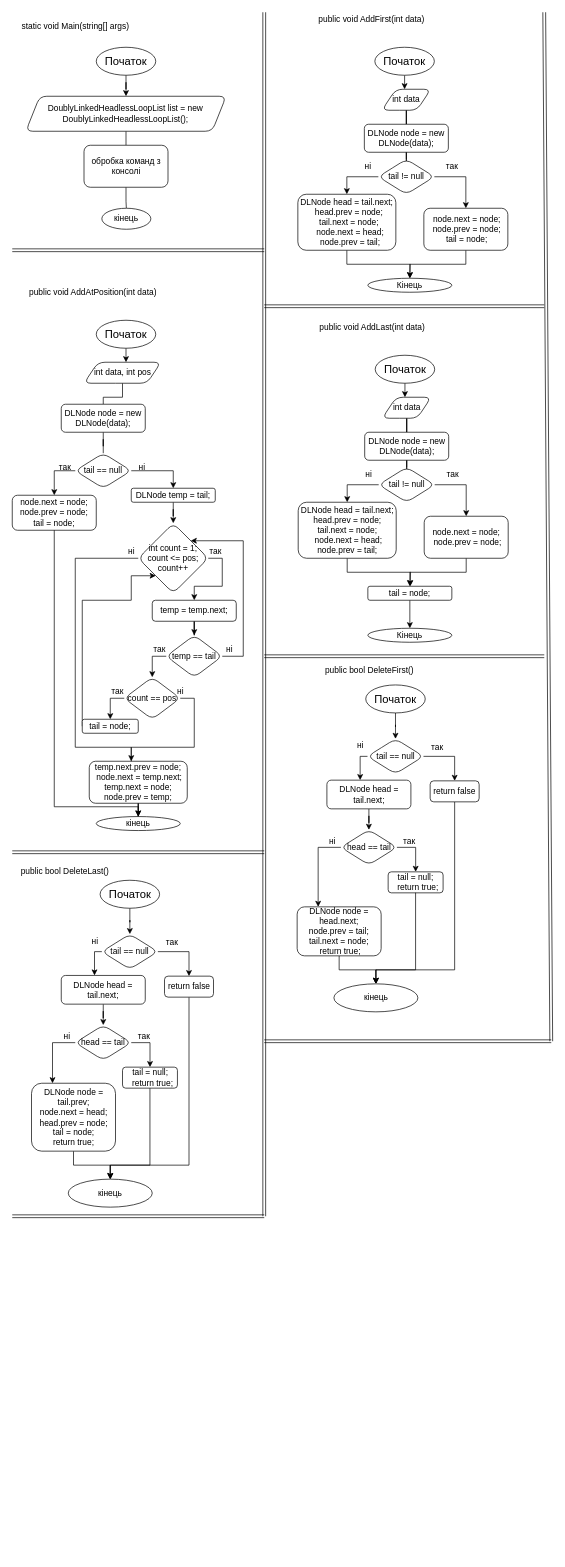
This is laba_4/Untitled Diagram.drawio from IKatiaI/ads-nahorna-kp13, a draw.io file, before an edit. Source tidied: cells renumbered, new cells numbered last; positions are measured from the earlier drawing's top-left corner, leaving out a move shared by most shapes. Both pictures are drawn from the tidied source at 70%, with x=0, y=0 at pixel (12, 12).
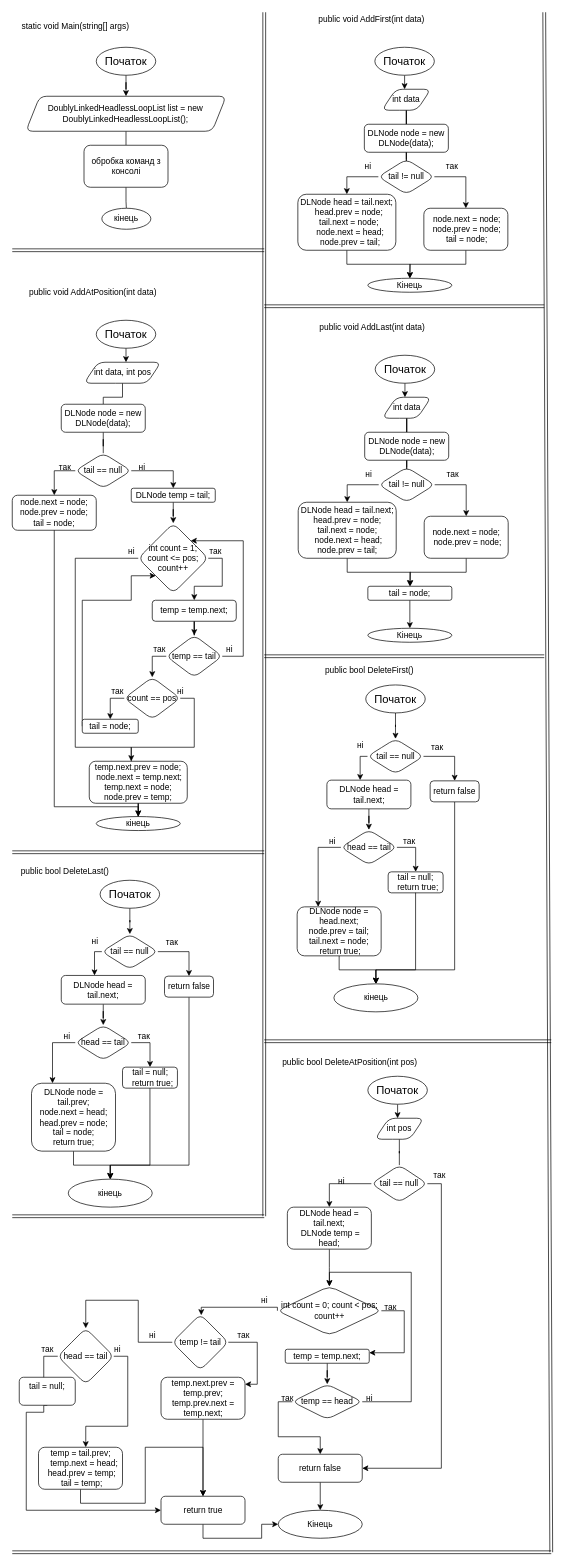
The same diagram, later.

What changed in the source:
```diff
@@
     <mxCell id="94" style="shape=link;html=1;rounded=0;endArrow=classic;endFill=1;" parent="1" edge="1">
       <mxGeometry relative="1" as="geometry">
         <mxPoint x="760" as="sourcePoint" />
-        <mxPoint x="770" y="1470" as="targetPoint" />
+        <mxPoint x="770" y="2200" as="targetPoint" />
       </mxGeometry>
     </mxCell>
@@
+    <mxCell id="138" value="public bool DeleteAtPosition(int pos)" style="text;html=1;align=center;verticalAlign=middle;strokeColor=none;fillColor=none;" parent="1" vertex="1">
+      <mxGeometry x="377" y="1490" width="210" height="20" as="geometry" />
+    </mxCell>
+    <mxCell id="139" style="edgeStyle=orthogonalEdgeStyle;rounded=0;jettySize=auto;html=1;exitX=0.5;exitY=1;exitDx=0;exitDy=0;fontSize=16;endArrow=classic;endFill=1;" parent="1" edge="1" source="140" target="142">
+      <mxGeometry relative="1" as="geometry">
+        <Array as="points">
+          <mxPoint x="551" y="1590" />
+          <mxPoint x="551" y="1590" />
+        </Array>
+      </mxGeometry>
+    </mxCell>
+    <mxCell id="140" value="Початок" style="ellipse;whiteSpace=wrap;html=1;fontSize=16;strokeWidth=1;rounded=1;" parent="1" vertex="1">
+      <mxGeometry x="508" y="1520" width="85" height="40" as="geometry" />
+    </mxCell>
+    <mxCell id="141" style="edgeStyle=orthogonalEdgeStyle;rounded=0;jettySize=auto;html=1;exitX=0.5;exitY=1;exitDx=0;exitDy=0;endArrow=none;endFill=0;" parent="1" edge="1" source="142" target="145">
+      <mxGeometry relative="1" as="geometry" />
+    </mxCell>
+    <mxCell id="142" value="int pos" style="shape=parallelogram;perimeter=parallelogramPerimeter;whiteSpace=wrap;html=1;fixedSize=1;rounded=1;" parent="1" vertex="1">
+      <mxGeometry x="518" y="1580" width="70" height="30" as="geometry" />
+    </mxCell>
+    <mxCell id="143" style="edgeStyle=orthogonalEdgeStyle;rounded=0;jettySize=auto;html=1;exitX=0;exitY=0.5;exitDx=0;exitDy=0;endArrow=classic;endFill=1;" parent="1" edge="1" source="145" target="149">
+      <mxGeometry relative="1" as="geometry" />
+    </mxCell>
+    <mxCell id="144" style="edgeStyle=orthogonalEdgeStyle;rounded=0;jettySize=auto;html=1;exitX=1;exitY=0.5;exitDx=0;exitDy=0;endArrow=classic;endFill=1;entryX=1;entryY=0.5;entryDx=0;entryDy=0;" parent="1" edge="1" source="145" target="181">
+      <mxGeometry relative="1" as="geometry" />
+    </mxCell>
+    <mxCell id="145" value="tail == null" style="rhombus;whiteSpace=wrap;html=1;rounded=1;" parent="1" vertex="1">
+      <mxGeometry x="513" y="1647" width="80" height="53" as="geometry" />
+    </mxCell>
+    <mxCell id="146" value="ні" style="text;html=1;align=center;verticalAlign=middle;strokeColor=none;fillColor=none;" parent="1" vertex="1">
+      <mxGeometry x="455" y="1660" width="30" height="20" as="geometry" />
+    </mxCell>
+    <mxCell id="147" value="так" style="text;html=1;align=center;verticalAlign=middle;strokeColor=none;fillColor=none;" parent="1" vertex="1">
+      <mxGeometry x="595" y="1652" width="30" height="20" as="geometry" />
+    </mxCell>
+    <mxCell id="148" style="edgeStyle=orthogonalEdgeStyle;rounded=0;jettySize=auto;html=1;exitX=0.5;exitY=1;exitDx=0;exitDy=0;endArrow=classic;endFill=1;" parent="1" edge="1" source="149" target="152">
+      <mxGeometry relative="1" as="geometry" />
+    </mxCell>
+    <mxCell id="149" value="&lt;div&gt;DLNode head = tail.next;&lt;/div&gt;&lt;div&gt;&amp;nbsp;DLNode temp = head;&lt;/div&gt;" style="rounded=1;whiteSpace=wrap;html=1;" parent="1" vertex="1">
+      <mxGeometry x="393" y="1707" width="120" height="60" as="geometry" />
+    </mxCell>
+    <mxCell id="150" style="edgeStyle=orthogonalEdgeStyle;rounded=0;jettySize=auto;html=1;exitX=0;exitY=0.5;exitDx=0;exitDy=0;endArrow=classic;endFill=1;" parent="1" edge="1" source="152" target="164">
+      <mxGeometry relative="1" as="geometry">
+        <Array as="points">
+          <mxPoint x="379" y="1850" />
+          <mxPoint x="270" y="1850" />
+        </Array>
+      </mxGeometry>
+    </mxCell>
+    <mxCell id="151" style="edgeStyle=orthogonalEdgeStyle;rounded=0;jettySize=auto;html=1;exitX=1;exitY=0.5;exitDx=0;exitDy=0;endArrow=classic;endFill=1;" parent="1" edge="1" source="152" target="156">
+      <mxGeometry relative="1" as="geometry">
+        <Array as="points">
+          <mxPoint x="560" y="1855" />
+          <mxPoint x="560" y="1915" />
+          <mxPoint x="450" y="1915" />
+        </Array>
+      </mxGeometry>
+    </mxCell>
+    <mxCell id="152" value="int count = 0; count &amp;lt; pos; count++" style="rhombus;whiteSpace=wrap;html=1;rounded=1;" parent="1" vertex="1">
+      <mxGeometry x="378.8" y="1820" width="148.5" height="70" as="geometry" />
+    </mxCell>
+    <mxCell id="153" value="так" style="text;html=1;align=center;verticalAlign=middle;strokeColor=none;fillColor=none;" parent="1" vertex="1">
+      <mxGeometry x="525" y="1840" width="30" height="20" as="geometry" />
+    </mxCell>
+    <mxCell id="154" value="ні" style="text;html=1;align=center;verticalAlign=middle;strokeColor=none;fillColor=none;" parent="1" vertex="1">
+      <mxGeometry x="345" y="1830" width="30" height="20" as="geometry" />
+    </mxCell>
+    <mxCell id="155" style="edgeStyle=orthogonalEdgeStyle;rounded=0;jettySize=auto;html=1;exitX=0.5;exitY=1;exitDx=0;exitDy=0;endArrow=classic;endFill=1;" parent="1" edge="1" source="156" target="159">
+      <mxGeometry relative="1" as="geometry" />
+    </mxCell>
+    <mxCell id="156" value="temp = temp.next;" style="rounded=1;whiteSpace=wrap;html=1;" parent="1" vertex="1">
+      <mxGeometry x="390" y="1910" width="120" height="20" as="geometry" />
+    </mxCell>
+    <mxCell id="157" style="edgeStyle=orthogonalEdgeStyle;rounded=0;jettySize=auto;html=1;exitX=0;exitY=0.5;exitDx=0;exitDy=0;endArrow=classic;endFill=1;" parent="1" edge="1" source="159" target="181">
+      <mxGeometry relative="1" as="geometry" />
+    </mxCell>
+    <mxCell id="158" style="edgeStyle=orthogonalEdgeStyle;rounded=0;jettySize=auto;html=1;exitX=1;exitY=0.5;exitDx=0;exitDy=0;endArrow=classic;endFill=1;entryX=0.5;entryY=0;entryDx=0;entryDy=0;" parent="1" edge="1" source="159" target="152">
+      <mxGeometry relative="1" as="geometry">
+        <Array as="points">
+          <mxPoint x="570" y="1985" />
+          <mxPoint x="570" y="1800" />
+          <mxPoint x="453" y="1800" />
+        </Array>
+      </mxGeometry>
+    </mxCell>
+    <mxCell id="159" value="temp == head" style="rhombus;whiteSpace=wrap;html=1;rounded=1;" parent="1" vertex="1">
+      <mxGeometry x="400" y="1960" width="100" height="50" as="geometry" />
+    </mxCell>
+    <mxCell id="160" value="так" style="text;html=1;align=center;verticalAlign=middle;strokeColor=none;fillColor=none;" parent="1" vertex="1">
+      <mxGeometry x="378" y="1970" width="30" height="20" as="geometry" />
+    </mxCell>
+    <mxCell id="161" value="ні" style="text;html=1;align=center;verticalAlign=middle;strokeColor=none;fillColor=none;" parent="1" vertex="1">
+      <mxGeometry x="495" y="1970" width="30" height="20" as="geometry" />
+    </mxCell>
+    <mxCell id="162" style="edgeStyle=orthogonalEdgeStyle;rounded=0;jettySize=auto;html=1;exitX=1;exitY=0.5;exitDx=0;exitDy=0;endArrow=classic;endFill=1;" parent="1" edge="1" source="164" target="168">
+      <mxGeometry relative="1" as="geometry">
+        <Array as="points">
+          <mxPoint x="350" y="1900" />
+          <mxPoint x="350" y="1960" />
+          <mxPoint x="300" y="1960" />
+        </Array>
+      </mxGeometry>
+    </mxCell>
+    <mxCell id="163" style="edgeStyle=orthogonalEdgeStyle;rounded=0;jettySize=auto;html=1;exitX=0;exitY=0.5;exitDx=0;exitDy=0;endArrow=classic;endFill=1;entryX=0.5;entryY=0;entryDx=0;entryDy=0;" parent="1" edge="1" source="164" target="171">
+      <mxGeometry relative="1" as="geometry">
+        <Array as="points">
+          <mxPoint x="180" y="1900" />
+          <mxPoint x="180" y="1840" />
+          <mxPoint x="105" y="1840" />
+        </Array>
+      </mxGeometry>
+    </mxCell>
+    <mxCell id="164" value="temp != tail" style="rhombus;whiteSpace=wrap;html=1;rounded=1;" parent="1" vertex="1">
+      <mxGeometry x="228.6" y="1860" width="80" height="80" as="geometry" />
+    </mxCell>
+    <mxCell id="165" value="так" style="text;html=1;align=center;verticalAlign=middle;strokeColor=none;fillColor=none;" parent="1" vertex="1">
+      <mxGeometry x="315" y="1880" width="30" height="20" as="geometry" />
+    </mxCell>
+    <mxCell id="166" value="ні" style="text;html=1;align=center;verticalAlign=middle;strokeColor=none;fillColor=none;" parent="1" vertex="1">
+      <mxGeometry x="185" y="1880" width="30" height="20" as="geometry" />
+    </mxCell>
+    <mxCell id="167" style="edgeStyle=orthogonalEdgeStyle;rounded=0;jettySize=auto;html=1;exitX=0.5;exitY=1;exitDx=0;exitDy=0;endArrow=classic;endFill=1;" parent="1" edge="1" source="168" target="179">
+      <mxGeometry relative="1" as="geometry" />
+    </mxCell>
+    <mxCell id="168" value="&lt;div&gt;temp.next.prev = temp.prev;&lt;/div&gt;&lt;div&gt;temp.prev.next = temp.next;&lt;/div&gt;" style="rounded=1;whiteSpace=wrap;html=1;" parent="1" vertex="1">
+      <mxGeometry x="212.5" y="1950" width="120" height="60" as="geometry" />
+    </mxCell>
+    <mxCell id="169" style="edgeStyle=orthogonalEdgeStyle;rounded=0;jettySize=auto;html=1;exitX=1;exitY=0.5;exitDx=0;exitDy=0;endArrow=classic;endFill=1;" parent="1" edge="1" source="171">
+      <mxGeometry relative="1" as="geometry">
+        <mxPoint x="105" y="2050" as="targetPoint" />
+        <Array as="points">
+          <mxPoint x="165" y="1920" />
+          <mxPoint x="165" y="2020" />
+          <mxPoint x="105" y="2020" />
+        </Array>
+      </mxGeometry>
+    </mxCell>
+    <mxCell id="170" style="edgeStyle=orthogonalEdgeStyle;rounded=0;jettySize=auto;html=1;exitX=0;exitY=0.5;exitDx=0;exitDy=0;endArrow=classic;endFill=1;" parent="1" edge="1" source="171" target="175">
+      <mxGeometry relative="1" as="geometry" />
+    </mxCell>
+    <mxCell id="171" value="head == tail" style="rhombus;whiteSpace=wrap;html=1;rounded=1;" parent="1" vertex="1">
+      <mxGeometry x="65" y="1880" width="80" height="80" as="geometry" />
+    </mxCell>
+    <mxCell id="172" value="ні" style="text;html=1;align=center;verticalAlign=middle;strokeColor=none;fillColor=none;" parent="1" vertex="1">
+      <mxGeometry x="135" y="1900" width="30" height="20" as="geometry" />
+    </mxCell>
+    <mxCell id="173" value="так" style="text;html=1;align=center;verticalAlign=middle;strokeColor=none;fillColor=none;" parent="1" vertex="1">
+      <mxGeometry x="35" y="1900" width="30" height="20" as="geometry" />
+    </mxCell>
+    <mxCell id="174" style="edgeStyle=orthogonalEdgeStyle;rounded=0;jettySize=auto;html=1;exitX=0.5;exitY=1;exitDx=0;exitDy=0;endArrow=classic;endFill=1;" parent="1" edge="1" source="175" target="179">
+      <mxGeometry relative="1" as="geometry">
+        <Array as="points">
+          <mxPoint x="45" y="1990" />
+          <mxPoint x="45" y="2000" />
+          <mxPoint x="20" y="2000" />
+          <mxPoint x="20" y="2140" />
+        </Array>
+      </mxGeometry>
+    </mxCell>
+    <mxCell id="175" value="&lt;div&gt;tail = null;&lt;/div&gt;&lt;div&gt;&lt;br&gt;&lt;/div&gt;" style="rounded=1;whiteSpace=wrap;html=1;" parent="1" vertex="1">
+      <mxGeometry x="10" y="1950" width="80" height="40" as="geometry" />
+    </mxCell>
+    <mxCell id="176" style="edgeStyle=orthogonalEdgeStyle;rounded=0;jettySize=auto;html=1;exitX=0.5;exitY=1;exitDx=0;exitDy=0;endArrow=classic;endFill=1;entryX=0.5;entryY=0;entryDx=0;entryDy=0;" parent="1" edge="1" source="177" target="179">
+      <mxGeometry relative="1" as="geometry">
+        <Array as="points">
+          <mxPoint x="98" y="2130" />
+          <mxPoint x="190" y="2130" />
+          <mxPoint x="190" y="2050" />
+          <mxPoint x="273" y="2050" />
+        </Array>
+      </mxGeometry>
+    </mxCell>
+    <mxCell id="177" value="&lt;div&gt;temp = tail.prev;&lt;/div&gt;&lt;div&gt;&amp;nbsp; &amp;nbsp;temp.next = head;&lt;/div&gt;&lt;div&gt;&amp;nbsp;head.prev = temp;&lt;/div&gt;&lt;div&gt;&amp;nbsp;tail = temp;&lt;/div&gt;" style="rounded=1;whiteSpace=wrap;html=1;" parent="1" vertex="1">
+      <mxGeometry x="37.5" y="2050" width="120" height="60" as="geometry" />
+    </mxCell>
+    <mxCell id="178" style="edgeStyle=orthogonalEdgeStyle;rounded=0;jettySize=auto;html=1;exitX=0.5;exitY=1;exitDx=0;exitDy=0;endArrow=classic;endFill=1;" parent="1" edge="1" source="179" target="182">
+      <mxGeometry relative="1" as="geometry" />
+    </mxCell>
+    <mxCell id="179" value="return true" style="rounded=1;whiteSpace=wrap;html=1;" parent="1" vertex="1">
+      <mxGeometry x="212.5" y="2120" width="120" height="40" as="geometry" />
+    </mxCell>
+    <mxCell id="180" style="edgeStyle=orthogonalEdgeStyle;rounded=0;jettySize=auto;html=1;exitX=0.5;exitY=1;exitDx=0;exitDy=0;endArrow=classic;endFill=1;" parent="1" edge="1" source="181" target="182">
+      <mxGeometry relative="1" as="geometry" />
+    </mxCell>
+    <mxCell id="181" value="return false" style="rounded=1;whiteSpace=wrap;html=1;" parent="1" vertex="1">
+      <mxGeometry x="380" y="2060" width="120" height="40" as="geometry" />
+    </mxCell>
+    <mxCell id="182" value="Кінець" style="ellipse;whiteSpace=wrap;html=1;rounded=1;" parent="1" vertex="1">
+      <mxGeometry x="380" y="2140" width="120" height="40" as="geometry" />
+    </mxCell>
+    <mxCell id="183" style="shape=link;html=1;rounded=0;endArrow=classic;endFill=1;" parent="1" edge="1">
+      <mxGeometry relative="1" as="geometry">
+        <mxPoint y="2200" as="sourcePoint" />
+        <mxPoint x="770" y="2200" as="targetPoint" />
+      </mxGeometry>
+    </mxCell>
```
